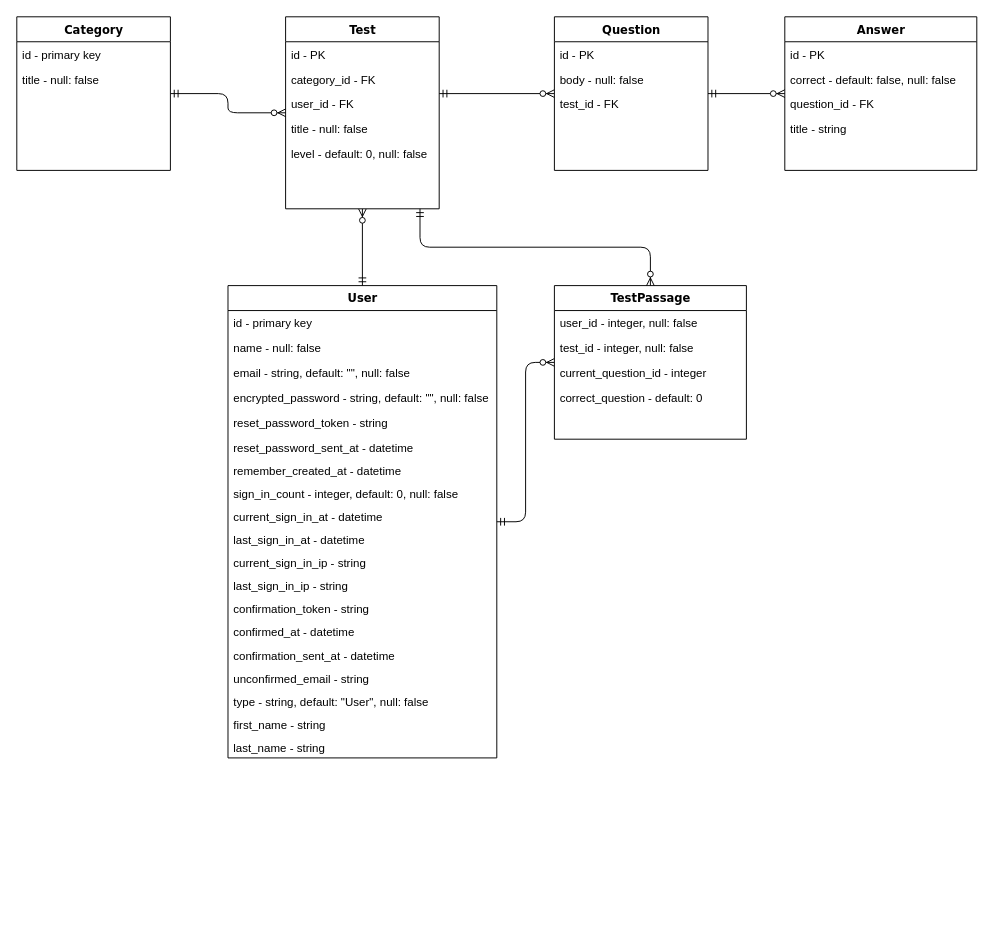
popeskul/test-guru keeps this draw.io diagram as entity-relationship.drawio. Above is the earlier version. Source tidied: cells renumbered, new cells numbered last; positions are measured from the earlier drawing's top-left corner, leaving out a move shared by most shapes. Both pictures are drawn from the tidied source at 96%, with x=0, y=0 at pixel (16, 16).
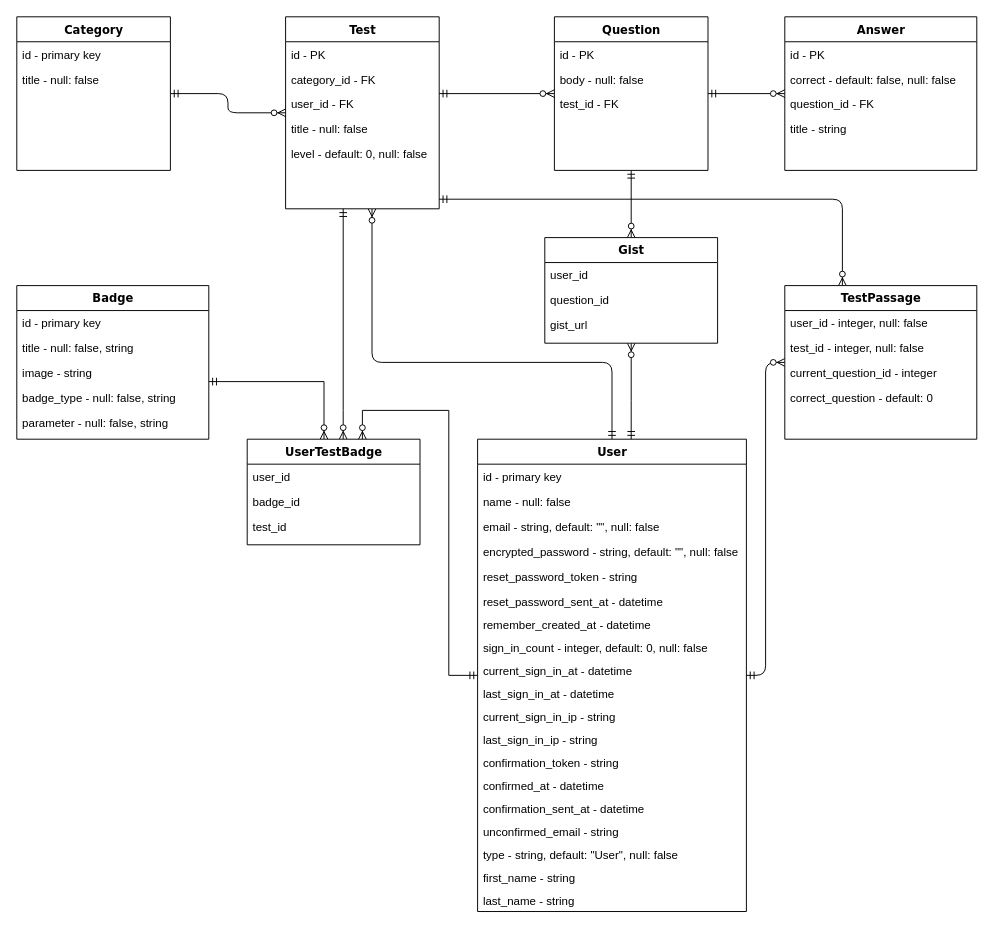
Above is the later version.

Commit message (it also covers changes not shown here):
lesson 18 badges: renamed UserBadge to UserTestBadge, updated er diagram, refactored level

What changed in the source:
```diff
@@
     <mxCell id="2" style="edgeStyle=orthogonalEdgeStyle;jettySize=auto;html=1;startArrow=ERmandOne;startFill=0;endArrow=ERzeroToMany;endFill=1;" parent="1" edge="1" source="3" target="23">
-      <mxGeometry relative="1" as="geometry" />
+      <mxGeometry relative="1" as="geometry">
+        <Array as="points">
+          <mxPoint x="620" y="360" />
+          <mxPoint x="370" y="360" />
+        </Array>
+      </mxGeometry>
     </mxCell>
-    <mxCell id="3" value="User" style="swimlane;html=1;fontStyle=1;align=center;verticalAlign=top;horizontal=1;startSize=26;swimlaneFillColor=#ffffff;shadow=0;comic=0;labelBackgroundColor=none;strokeWidth=1;fillColor=none;fontFamily=Verdana;fontSize=12;" parent="1" vertex="1">
-      <mxGeometry x="220" y="280" width="280" height="492" as="geometry" />
+    <mxCell id="3" value="User" style="swimlane;html=1;fontStyle=1;align=center;verticalAlign=top;horizontal=1;startSize=26;swimlaneFillColor=#ffffff;shadow=0;comic=0;labelBackgroundColor=none;strokeWidth=1;fontFamily=Verdana;fontSize=12;" parent="1" vertex="1">
+      <mxGeometry x="480" y="440" width="280" height="492" as="geometry" />
     </mxCell>
@@
-    <mxCell id="23" value="Test" style="swimlane;html=1;fontStyle=1;align=center;verticalAlign=top;horizontal=1;startSize=26;swimlaneFillColor=#ffffff;shadow=0;comic=0;labelBackgroundColor=none;strokeWidth=1;fillColor=none;fontFamily=Verdana;fontSize=12;" parent="1" vertex="1">
+    <mxCell id="23" value="Test" style="swimlane;html=1;fontStyle=1;align=center;verticalAlign=top;horizontal=1;startSize=26;swimlaneFillColor=#ffffff;shadow=0;comic=0;labelBackgroundColor=none;strokeWidth=1;fontFamily=Verdana;fontSize=12;" parent="1" vertex="1">
       <mxGeometry x="280" width="160" height="200" as="geometry" />
     </mxCell>
@@
-    <mxCell id="30" value="Category" style="swimlane;html=1;fontStyle=1;align=center;verticalAlign=top;horizontal=1;startSize=26;swimlaneFillColor=#ffffff;shadow=0;comic=0;labelBackgroundColor=none;strokeWidth=1;fillColor=none;fontFamily=Verdana;fontSize=12;" parent="1" vertex="1">
+    <mxCell id="30" value="Category" style="swimlane;html=1;fontStyle=1;align=center;verticalAlign=top;horizontal=1;startSize=26;swimlaneFillColor=#ffffff;shadow=0;comic=0;labelBackgroundColor=none;strokeWidth=1;fontFamily=Verdana;fontSize=12;" parent="1" vertex="1">
       <mxGeometry width="160" height="160" as="geometry" />
     </mxCell>
@@
-    <mxCell id="33" value="Answer" style="swimlane;html=1;fontStyle=1;align=center;verticalAlign=top;horizontal=1;startSize=26;swimlaneFillColor=#ffffff;shadow=0;comic=0;labelBackgroundColor=none;strokeWidth=1;fillColor=none;fontFamily=Verdana;fontSize=12;" parent="1" vertex="1">
+    <mxCell id="33" value="Answer" style="swimlane;html=1;fontStyle=1;align=center;verticalAlign=top;horizontal=1;startSize=26;swimlaneFillColor=#ffffff;shadow=0;comic=0;labelBackgroundColor=none;strokeWidth=1;fontFamily=Verdana;fontSize=12;" parent="1" vertex="1">
       <mxGeometry x="800" width="200" height="160" as="geometry" />
     </mxCell>
@@
-    <mxCell id="40" value="Question" style="swimlane;html=1;fontStyle=1;align=center;verticalAlign=top;horizontal=1;startSize=26;swimlaneFillColor=#ffffff;shadow=0;comic=0;labelBackgroundColor=none;strokeWidth=1;fillColor=none;fontFamily=Verdana;fontSize=12;" parent="1" vertex="1">
+    <mxCell id="40" value="Question" style="swimlane;html=1;fontStyle=1;align=center;verticalAlign=top;horizontal=1;startSize=26;swimlaneFillColor=#ffffff;shadow=0;comic=0;labelBackgroundColor=none;strokeWidth=1;fontFamily=Verdana;fontSize=12;" parent="1" vertex="1">
       <mxGeometry x="560" width="160" height="160" as="geometry" />
     </mxCell>
@@
     <mxCell id="45" style="edgeStyle=orthogonalEdgeStyle;jettySize=auto;html=1;startArrow=ERzeroToMany;startFill=1;endArrow=ERmandOne;endFill=0;" parent="1" edge="1" source="46" target="23">
       <mxGeometry relative="1" as="geometry">
         <Array as="points">
-          <mxPoint x="660" y="240" />
-          <mxPoint x="420" y="240" />
+          <mxPoint x="860" y="190" />
         </Array>
       </mxGeometry>
     </mxCell>
-    <mxCell id="46" value="TestPassage" style="swimlane;html=1;fontStyle=1;align=center;verticalAlign=top;horizontal=1;startSize=26;swimlaneFillColor=#ffffff;shadow=0;comic=0;labelBackgroundColor=none;strokeWidth=1;fillColor=none;fontFamily=Verdana;fontSize=12;" parent="1" vertex="1">
-      <mxGeometry x="560" y="280" width="200" height="160" as="geometry" />
+    <mxCell id="46" value="TestPassage" style="swimlane;html=1;fontStyle=1;align=center;verticalAlign=top;horizontal=1;startSize=26;swimlaneFillColor=#ffffff;shadow=0;comic=0;labelBackgroundColor=none;strokeWidth=1;fontFamily=Verdana;fontSize=12;" parent="1" vertex="1">
+      <mxGeometry x="800" y="280" width="200" height="160" as="geometry" />
     </mxCell>
@@
+    <mxCell id="51" value="Badge&lt;br&gt;" style="swimlane;html=1;fontStyle=1;align=center;verticalAlign=top;horizontal=1;startSize=26;swimlaneFillColor=#ffffff;shadow=0;comic=0;labelBackgroundColor=none;strokeWidth=1;fillColor=none;fontFamily=Verdana;fontSize=12;" parent="1" vertex="1">
+      <mxGeometry y="280" width="200" height="160" as="geometry" />
+    </mxCell>
+    <mxCell id="52" value="id - primary key" style="text;align=left;verticalAlign=top;spacingLeft=4;spacingRight=4;overflow=hidden;" parent="51" vertex="1">
+      <mxGeometry y="26" width="200" height="26" as="geometry" />
+    </mxCell>
+    <mxCell id="53" value="title - null: false, string" style="text;strokeColor=none;fillColor=none;align=left;verticalAlign=top;spacingLeft=4;spacingRight=4;overflow=hidden;" parent="51" vertex="1">
+      <mxGeometry y="52" width="200" height="26" as="geometry" />
+    </mxCell>
+    <mxCell id="54" value="image - string" style="text;strokeColor=none;fillColor=none;align=left;verticalAlign=top;spacingLeft=4;spacingRight=4;overflow=hidden;" parent="51" vertex="1">
+      <mxGeometry y="78" width="200" height="26" as="geometry" />
+    </mxCell>
+    <mxCell id="55" value="badge_type - null: false, string" style="text;strokeColor=none;fillColor=none;align=left;verticalAlign=top;spacingLeft=4;spacingRight=4;overflow=hidden;" parent="51" vertex="1">
+      <mxGeometry y="104" width="200" height="26" as="geometry" />
+    </mxCell>
+    <mxCell id="56" value="parameter - null: false, string" style="text;strokeColor=none;fillColor=none;align=left;verticalAlign=top;spacingLeft=4;spacingRight=4;overflow=hidden;" parent="51" vertex="1">
+      <mxGeometry y="130" width="200" height="26" as="geometry" />
+    </mxCell>
+    <mxCell id="57" style="edgeStyle=orthogonalEdgeStyle;rounded=0;jettySize=auto;html=1;startArrow=ERzeroToMany;startFill=1;endArrow=ERmandOne;endFill=0;" parent="1" edge="1" source="59" target="51">
+      <mxGeometry relative="1" as="geometry">
+        <Array as="points">
+          <mxPoint x="320" y="380" />
+        </Array>
+      </mxGeometry>
+    </mxCell>
+    <mxCell id="58" style="edgeStyle=orthogonalEdgeStyle;rounded=0;jettySize=auto;html=1;startArrow=ERzeroToMany;startFill=1;endArrow=ERmandOne;endFill=0;" parent="1" edge="1" source="59" target="23">
+      <mxGeometry relative="1" as="geometry">
+        <Array as="points">
+          <mxPoint x="340" y="410" />
+          <mxPoint x="340" y="410" />
+        </Array>
+      </mxGeometry>
+    </mxCell>
+    <mxCell id="59" value="UserTestBadge" style="swimlane;html=1;fontStyle=1;align=center;verticalAlign=top;horizontal=1;startSize=26;swimlaneFillColor=#ffffff;shadow=0;comic=0;labelBackgroundColor=none;strokeWidth=1;fontFamily=Verdana;fontSize=12;" parent="1" vertex="1">
+      <mxGeometry x="240" y="440" width="180" height="110" as="geometry" />
+    </mxCell>
+    <mxCell id="60" value="user_id" style="text;strokeColor=none;fillColor=none;align=left;verticalAlign=top;spacingLeft=4;spacingRight=4;overflow=hidden;" parent="59" vertex="1">
+      <mxGeometry y="26" width="180" height="26" as="geometry" />
+    </mxCell>
+    <mxCell id="61" value="badge_id" style="text;strokeColor=none;fillColor=none;align=left;verticalAlign=top;spacingLeft=4;spacingRight=4;overflow=hidden;" parent="59" vertex="1">
+      <mxGeometry y="52" width="180" height="26" as="geometry" />
+    </mxCell>
+    <mxCell id="62" value="test_id" style="text;strokeColor=none;fillColor=none;align=left;verticalAlign=top;spacingLeft=4;spacingRight=4;overflow=hidden;" parent="59" vertex="1">
+      <mxGeometry y="78" width="180" height="26" as="geometry" />
+    </mxCell>
+    <mxCell id="63" style="edgeStyle=orthogonalEdgeStyle;rounded=0;jettySize=auto;html=1;endArrow=ERmandOne;endFill=0;startArrow=ERzeroToMany;startFill=1;" parent="1" edge="1" source="65" target="40">
+      <mxGeometry relative="1" as="geometry" />
+    </mxCell>
+    <mxCell id="64" style="edgeStyle=orthogonalEdgeStyle;rounded=0;jettySize=auto;html=1;startArrow=ERzeroToMany;startFill=1;endArrow=ERmandOne;endFill=0;" parent="1" edge="1" source="65" target="3">
+      <mxGeometry relative="1" as="geometry">
+        <Array as="points">
+          <mxPoint x="640" y="400" />
+          <mxPoint x="640" y="400" />
+        </Array>
+      </mxGeometry>
+    </mxCell>
+    <mxCell id="65" value="Gist" style="swimlane;html=1;fontStyle=1;align=center;verticalAlign=top;horizontal=1;startSize=26;swimlaneFillColor=#ffffff;shadow=0;comic=0;labelBackgroundColor=none;strokeWidth=1;fontFamily=Verdana;fontSize=12;" parent="1" vertex="1">
+      <mxGeometry x="550" y="230" width="180" height="110" as="geometry" />
+    </mxCell>
+    <mxCell id="66" value="user_id" style="text;strokeColor=none;fillColor=none;align=left;verticalAlign=top;spacingLeft=4;spacingRight=4;overflow=hidden;" parent="65" vertex="1">
+      <mxGeometry y="26" width="180" height="26" as="geometry" />
+    </mxCell>
+    <mxCell id="67" value="question_id" style="text;strokeColor=none;fillColor=none;align=left;verticalAlign=top;spacingLeft=4;spacingRight=4;overflow=hidden;" parent="65" vertex="1">
+      <mxGeometry y="52" width="180" height="26" as="geometry" />
+    </mxCell>
+    <mxCell id="68" value="gist_url" style="text;strokeColor=none;fillColor=none;align=left;verticalAlign=top;spacingLeft=4;spacingRight=4;overflow=hidden;" parent="65" vertex="1">
+      <mxGeometry y="78" width="180" height="26" as="geometry" />
+    </mxCell>
+    <mxCell id="69" style="edgeStyle=orthogonalEdgeStyle;rounded=0;jettySize=auto;html=1;startArrow=ERzeroToMany;startFill=1;endArrow=ERmandOne;endFill=0;" parent="1" edge="1" source="59" target="3">
+      <mxGeometry relative="1" as="geometry">
+        <Array as="points">
+          <mxPoint x="360" y="410" />
+          <mxPoint x="450" y="410" />
+          <mxPoint x="450" y="686" />
+        </Array>
+      </mxGeometry>
+    </mxCell>
```
